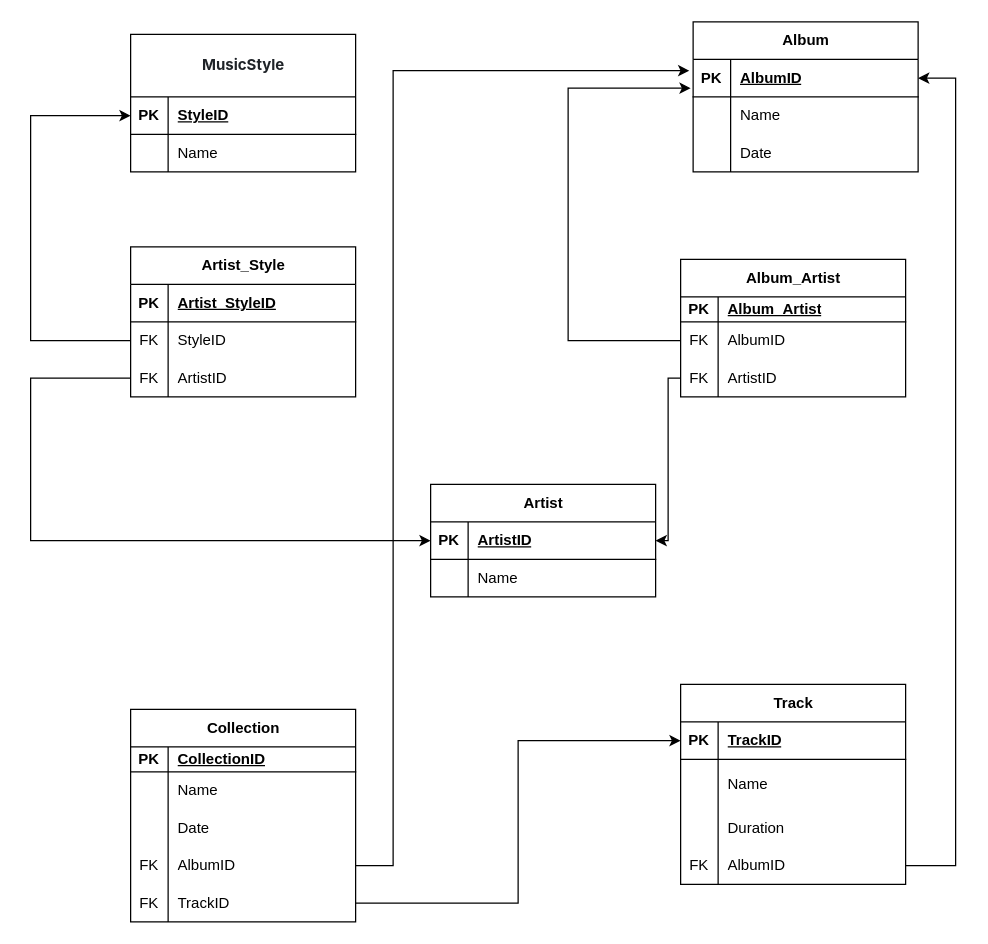
This is Диаграмма без названия.drawio from Maxick72/DB_for_python, a draw.io file, before an edit. Source tidied: cells renumbered, new cells numbered last; positions are measured from the earlier drawing's top-left corner, leaving out a move shared by most shapes. Both pictures are drawn from the tidied source at 125%, with x=0, y=0 at pixel (30, 21).
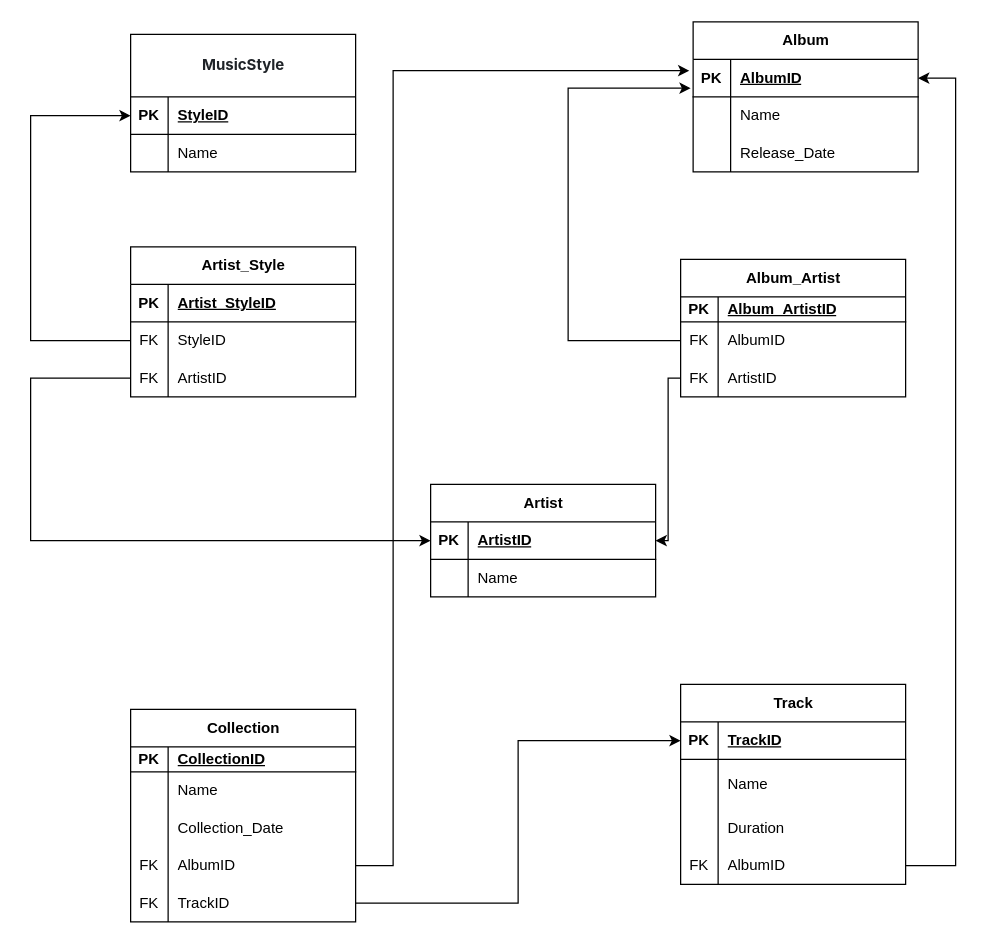
After the change.

Commit message (it also covers changes not shown here):
modification homework #2 PNG and drawio

The change refers to these unchanged cells:
```xml
<mxCell id="23" style="shape=tableRow;horizontal=0;startSize=0;swimlaneHead=0;swimlaneBody=0;fillColor=none;top=0;left=0;right=0;bottom=0;" parent="16" vertex="1">
  <mxGeometry y="90" width="180" height="30" as="geometry" />
</mxCell>
<mxCell id="46" style="shape=tableRow;horizontal=0;startSize=0;swimlaneHead=0;swimlaneBody=0;fillColor=none;top=0;left=0;right=0;bottom=0;" parent="39" vertex="1">
  <mxGeometry y="80" width="180" height="30" as="geometry" />
</mxCell>
<mxCell id="66" style="shape=tableRow;horizontal=0;startSize=0;swimlaneHead=0;swimlaneBody=0;fillColor=none;top=0;left=0;right=0;bottom=1;" parent="65" vertex="1">
  <mxGeometry y="30" width="180" height="20" as="geometry" />
</mxCell>
```

What changed in the source:
```diff
@@
-    <mxCell id="25" value="Date" style="shape=partialRectangle;fillColor=none;top=0;left=0;bottom=0;right=0;align=left;spacingLeft=6;overflow=hidden;whiteSpace=wrap;html=1;" parent="23" vertex="1">
+    <mxCell id="25" value="Release_Date" style="shape=partialRectangle;fillColor=none;top=0;left=0;bottom=0;right=0;align=left;spacingLeft=6;overflow=hidden;whiteSpace=wrap;html=1;" parent="23" vertex="1">
       <mxGeometry x="30" width="150" height="30" as="geometry" />
     </mxCell>
@@
-    <mxCell id="48" value="Date" style="shape=partialRectangle;fillColor=none;top=0;left=0;bottom=0;right=0;align=left;spacingLeft=6;overflow=hidden;whiteSpace=wrap;html=1;" parent="46" vertex="1">
+    <mxCell id="48" value="Collection_Date" style="shape=partialRectangle;fillColor=none;top=0;left=0;bottom=0;right=0;align=left;spacingLeft=6;overflow=hidden;whiteSpace=wrap;html=1;" parent="46" vertex="1">
       <mxGeometry x="30" width="150" height="30" as="geometry" />
     </mxCell>
@@
-    <mxCell id="68" value="&lt;span style=&quot;text-align: center; text-wrap-mode: nowrap;&quot;&gt;Album_Artist&lt;/span&gt;" style="shape=partialRectangle;fillColor=none;top=0;left=0;bottom=0;right=0;align=left;spacingLeft=6;fontStyle=5;overflow=hidden;whiteSpace=wrap;html=1;" parent="66" vertex="1">
+    <mxCell id="68" value="&lt;span style=&quot;text-align: center; text-wrap-mode: nowrap;&quot;&gt;Album_ArtistID&lt;/span&gt;" style="shape=partialRectangle;fillColor=none;top=0;left=0;bottom=0;right=0;align=left;spacingLeft=6;fontStyle=5;overflow=hidden;whiteSpace=wrap;html=1;" parent="66" vertex="1">
       <mxGeometry x="30" width="150" height="20" as="geometry" />
     </mxCell>
```
